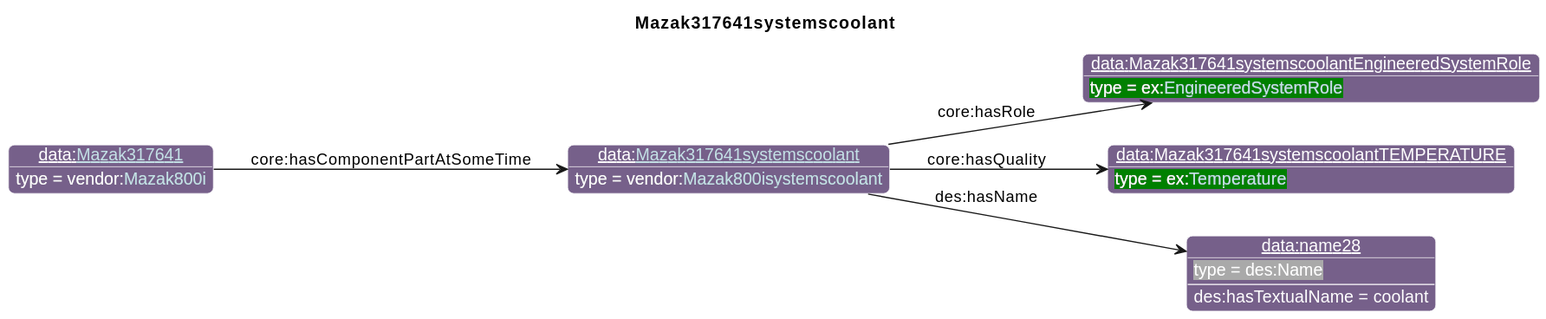
This is diagrams/Mazak317641systemscoolant.svg from iofoundry/example-syseng-mtconnect, a PlantUML export, as it was before one commit.
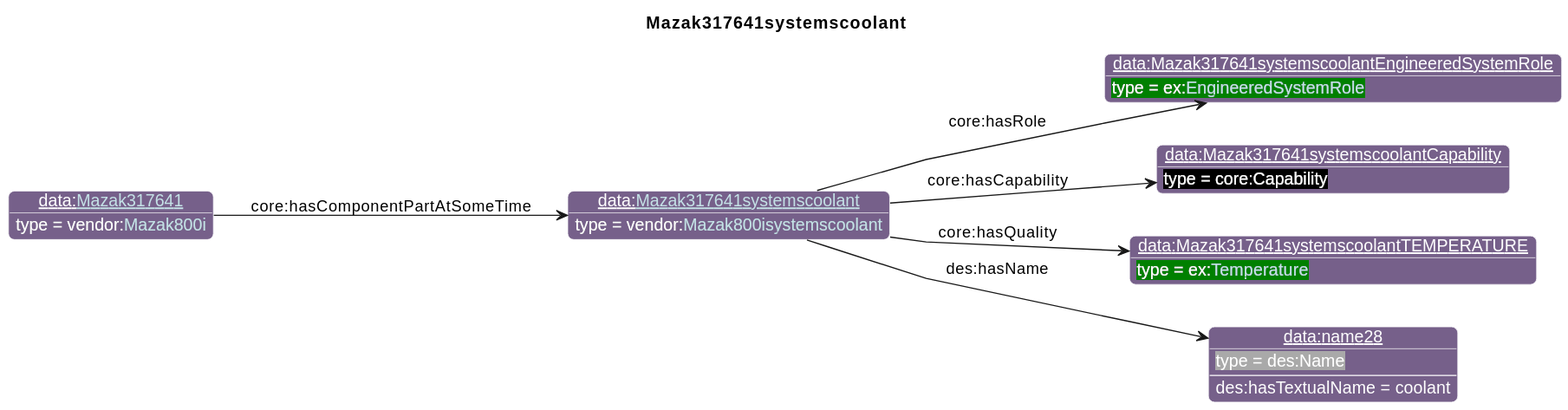
Later version of the same file.

Diff of the diagram source:
```diff
@@ -27,12 +27,14 @@
       }
 individual(o0, data:[[./Mazak317641systemscoolant.html Mazak317641systemscoolant]], vendor:[[../Mazak.html#Mazak800isystemscoolant Mazak800isystemscoolant]])
 individual(o1, data:Mazak317641systemscoolantEngineeredSystemRole, ex:[[../Example.html#EngineeredSystemRole EngineeredSystemRole]])
-individual(o2, data:Mazak317641systemscoolantTEMPERATURE, ex:[[../Example.html#Temperature Temperature]])
-individual(o3, data:name28, des:Name)
-individual(o4, data:[[./Mazak317641.html Mazak317641]], vendor:[[../Mazak.html#Mazak800i Mazak800i]])
+individual(o2, data:Mazak317641systemscoolantCapability, core:Capability)
+individual(o3, data:Mazak317641systemscoolantTEMPERATURE, ex:[[../Example.html#Temperature Temperature]])
+individual(o4, data:name28, des:Name)
+individual(o5, data:[[./Mazak317641.html Mazak317641]], vendor:[[../Mazak.html#Mazak800i Mazak800i]])
 property(o0, "core:hasRole", o1)
-property(o0, "core:hasQuality", o2)
-property(o0, "des:hasName", o3)
-data(o3, "des:hasTextualName", "coolant")
-property(o4, "core:hasComponentPartAtSomeTime", o0)
+property(o0, "core:hasCapability", o2)
+property(o0, "core:hasQuality", o3)
+property(o0, "des:hasName", o4)
+data(o4, "des:hasTextualName", "coolant")
+property(o5, "core:hasComponentPartAtSomeTime", o0)
 @enduml
```
